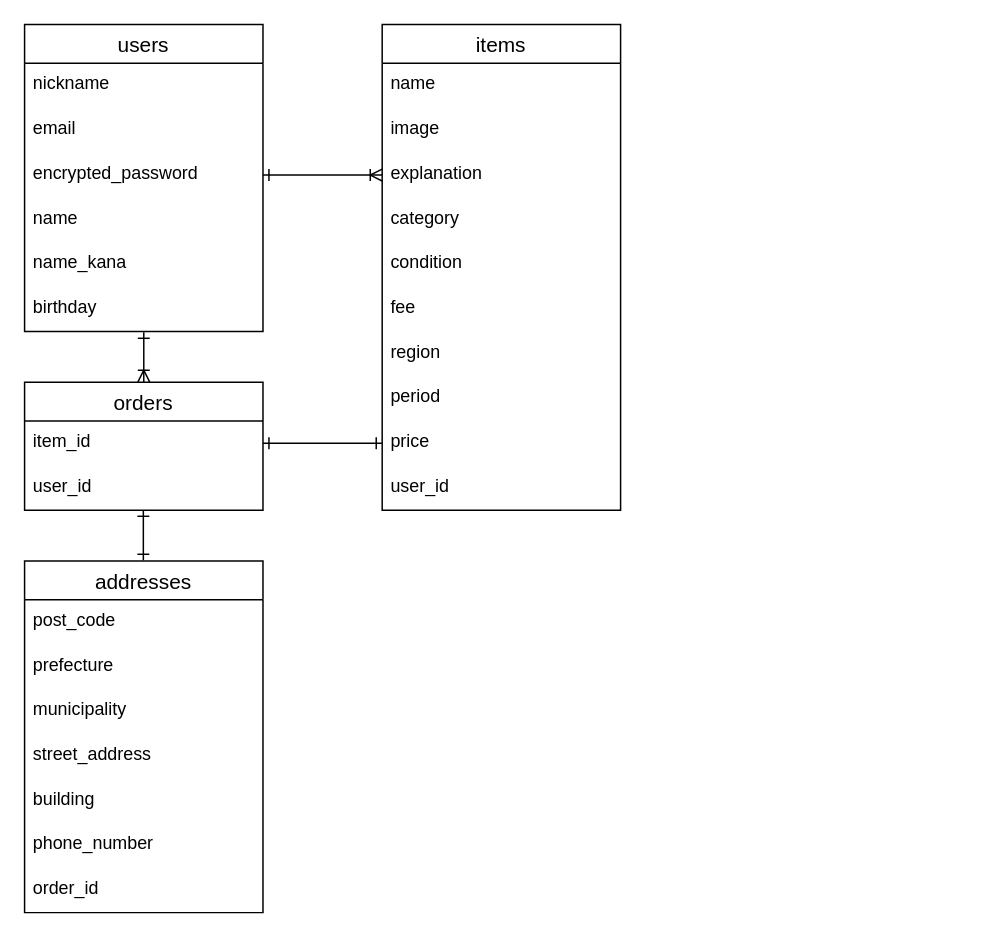
Above: erd.dio in kongo-28/furima-41529 (draw.io), before the change. Source tidied: cells renumbered, new cells numbered last; positions are measured from the earlier drawing's top-left corner, leaving out a move shared by most shapes. Both pictures are drawn from the tidied source at 149%, with x=0, y=0 at pixel (24, 24).
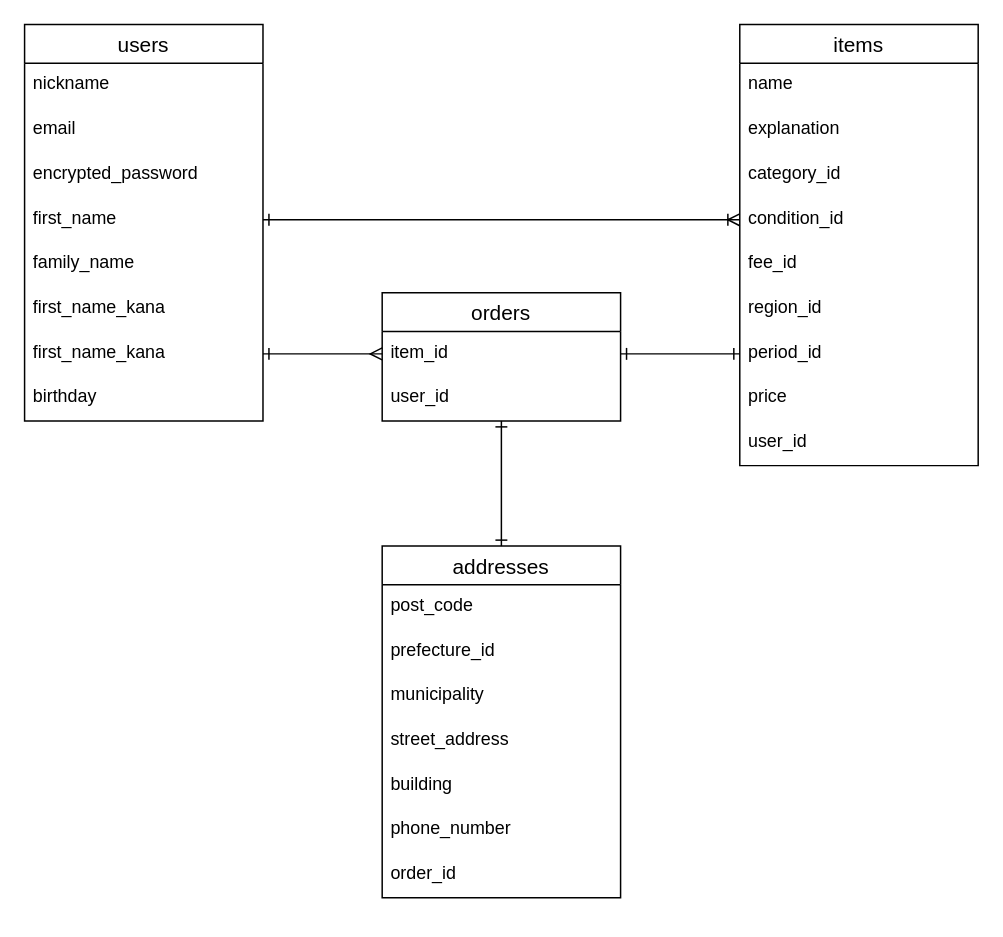
Above is the later version.

Commit message (it also covers changes not shown here):
DB設計再コミット

The change refers to these unchanged cells:
```xml
<mxCell id="5" value="encrypted_password" style="text;strokeColor=none;fillColor=none;spacingLeft=4;spacingRight=4;overflow=hidden;points=[[0,0.5],[1,0.5]];portConstraint=eastwest;fontSize=12;" parent="2" vertex="1">
  <mxGeometry y="86" width="160" height="30" as="geometry" />
</mxCell>
<mxCell id="22" value="item_id" style="text;strokeColor=none;fillColor=none;spacingLeft=4;spacingRight=4;overflow=hidden;points=[[0,0.5],[1,0.5]];portConstraint=eastwest;fontSize=12;" parent="21" vertex="1">
  <mxGeometry y="26" width="160" height="30" as="geometry" />
</mxCell>
```

What changed in the source:
```diff
@@
     <mxCell id="2" value="users" style="swimlane;fontStyle=0;horizontal=1;startSize=26;align=center;fontSize=14;" parent="1" vertex="1">
-      <mxGeometry width="160" height="206" as="geometry" />
+      <mxGeometry width="160" height="266" as="geometry" />
     </mxCell>
@@
-    <mxCell id="6" value="name" style="text;strokeColor=none;fillColor=none;spacingLeft=4;spacingRight=4;overflow=hidden;points=[[0,0.5],[1,0.5]];portConstraint=eastwest;fontSize=12;" parent="2" vertex="1">
+    <mxCell id="6" value="first_name" style="text;strokeColor=none;fillColor=none;spacingLeft=4;spacingRight=4;overflow=hidden;points=[[0,0.5],[1,0.5]];portConstraint=eastwest;fontSize=12;" parent="2" vertex="1">
       <mxGeometry y="116" width="160" height="30" as="geometry" />
     </mxCell>
+    <mxCell id="35" value="family_name" style="text;strokeColor=none;fillColor=none;spacingLeft=4;spacingRight=4;overflow=hidden;fontSize=12;" parent="2" vertex="1">
+      <mxGeometry y="146" width="160" height="30" as="geometry" />
+    </mxCell>
+    <mxCell id="36" value="first_name_kana" style="text;strokeColor=none;fillColor=none;spacingLeft=4;spacingRight=4;overflow=hidden;fontSize=12;" parent="2" vertex="1">
+      <mxGeometry y="176" width="160" height="30" as="geometry" />
+    </mxCell>
-    <mxCell id="7" value="name_kana" style="text;strokeColor=none;fillColor=none;spacingLeft=4;spacingRight=4;overflow=hidden;points=[[0,0.5],[1,0.5]];portConstraint=eastwest;fontSize=12;" parent="2" vertex="1">
-      <mxGeometry y="146" width="160" height="30" as="geometry" />
+    <mxCell id="7" value="first_name_kana" style="text;strokeColor=none;fillColor=none;spacingLeft=4;spacingRight=4;overflow=hidden;points=[[0,0.5],[1,0.5]];portConstraint=eastwest;fontSize=12;" parent="2" vertex="1">
+      <mxGeometry y="206" width="160" height="30" as="geometry" />
     </mxCell>
     <mxCell id="8" value="birthday" style="text;strokeColor=none;fillColor=none;spacingLeft=4;spacingRight=4;overflow=hidden;points=[[0,0.5],[1,0.5]];portConstraint=eastwest;fontSize=12;" parent="2" vertex="1">
-      <mxGeometry y="176" width="160" height="30" as="geometry" />
+      <mxGeometry y="236" width="160" height="30" as="geometry" />
     </mxCell>
     <mxCell id="9" value="items" style="swimlane;fontStyle=0;horizontal=1;startSize=26;align=center;fontSize=14;" parent="1" vertex="1">
-      <mxGeometry x="240" width="160" height="326" as="geometry" />
+      <mxGeometry x="480" width="160" height="296" as="geometry" />
     </mxCell>
@@
-    <mxCell id="11" value="image" style="text;strokeColor=none;fillColor=none;spacingLeft=4;spacingRight=4;overflow=hidden;fontSize=12;" parent="9" vertex="1">
-      <mxGeometry y="56" width="160" height="30" as="geometry" />
-    </mxCell>
     <mxCell id="12" value="explanation" style="text;strokeColor=none;fillColor=none;spacingLeft=4;spacingRight=4;overflow=hidden;points=[[0,0.5],[1,0.5]];portConstraint=eastwest;fontSize=12;" parent="9" vertex="1">
-      <mxGeometry y="86" width="160" height="30" as="geometry" />
+      <mxGeometry y="56" width="160" height="30" as="geometry" />
     </mxCell>
-    <mxCell id="13" value="category" style="text;strokeColor=none;fillColor=none;spacingLeft=4;spacingRight=4;overflow=hidden;fontSize=12;" parent="9" vertex="1">
-      <mxGeometry y="116" width="160" height="30" as="geometry" />
+    <mxCell id="13" value="category_id" style="text;strokeColor=none;fillColor=none;spacingLeft=4;spacingRight=4;overflow=hidden;fontSize=12;" parent="9" vertex="1">
+      <mxGeometry y="86" width="160" height="30" as="geometry" />
     </mxCell>
-    <mxCell id="14" value="condition" style="text;strokeColor=none;fillColor=none;spacingLeft=4;spacingRight=4;overflow=hidden;points=[[0,0.5],[1,0.5]];portConstraint=eastwest;fontSize=12;" parent="9" vertex="1">
-      <mxGeometry y="146" width="160" height="30" as="geometry" />
+    <mxCell id="14" value="condition_id" style="text;strokeColor=none;fillColor=none;spacingLeft=4;spacingRight=4;overflow=hidden;points=[[0,0.5],[1,0.5]];portConstraint=eastwest;fontSize=12;" parent="9" vertex="1">
+      <mxGeometry y="116" width="160" height="30" as="geometry" />
     </mxCell>
-    <mxCell id="15" value="fee" style="text;strokeColor=none;fillColor=none;spacingLeft=4;spacingRight=4;overflow=hidden;fontSize=12;" parent="9" vertex="1">
-      <mxGeometry y="176" width="160" height="30" as="geometry" />
+    <mxCell id="15" value="fee_id" style="text;strokeColor=none;fillColor=none;spacingLeft=4;spacingRight=4;overflow=hidden;fontSize=12;" parent="9" vertex="1">
+      <mxGeometry y="146" width="160" height="30" as="geometry" />
     </mxCell>
-    <mxCell id="16" value="region" style="text;strokeColor=none;fillColor=none;spacingLeft=4;spacingRight=4;overflow=hidden;fontSize=12;" parent="9" vertex="1">
-      <mxGeometry y="206" width="160" height="30" as="geometry" />
+    <mxCell id="16" value="region_id" style="text;strokeColor=none;fillColor=none;spacingLeft=4;spacingRight=4;overflow=hidden;fontSize=12;" parent="9" vertex="1">
+      <mxGeometry y="176" width="160" height="30" as="geometry" />
     </mxCell>
-    <mxCell id="17" value="period" style="text;strokeColor=none;fillColor=none;spacingLeft=4;spacingRight=4;overflow=hidden;points=[[0,0.5],[1,0.5]];portConstraint=eastwest;fontSize=12;" parent="9" vertex="1">
-      <mxGeometry y="236" width="160" height="30" as="geometry" />
+    <mxCell id="17" value="period_id" style="text;strokeColor=none;fillColor=none;spacingLeft=4;spacingRight=4;overflow=hidden;points=[[0,0.5],[1,0.5]];portConstraint=eastwest;fontSize=12;" parent="9" vertex="1">
+      <mxGeometry y="206" width="160" height="30" as="geometry" />
     </mxCell>
     <mxCell id="18" value="price" style="text;strokeColor=none;fillColor=none;spacingLeft=4;spacingRight=4;overflow=hidden;points=[[0,0.5],[1,0.5]];portConstraint=eastwest;fontSize=12;" parent="9" vertex="1">
-      <mxGeometry y="266" width="160" height="30" as="geometry" />
+      <mxGeometry y="236" width="160" height="30" as="geometry" />
     </mxCell>
     <mxCell id="19" value="user_id" style="text;strokeColor=none;fillColor=none;spacingLeft=4;spacingRight=4;overflow=hidden;fontSize=12;" parent="9" vertex="1">
-      <mxGeometry y="296" width="160" height="30" as="geometry" />
+      <mxGeometry y="266" width="160" height="30" as="geometry" />
     </mxCell>
-    <mxCell id="20" style="edgeStyle=none;html=1;exitX=1;exitY=0.5;exitDx=0;exitDy=0;entryX=0;entryY=0.5;entryDx=0;entryDy=0;startArrow=ERone;startFill=0;endArrow=ERoneToMany;endFill=0;" parent="1" edge="1" source="5" target="12">
+    <mxCell id="20" style="edgeStyle=none;html=1;exitX=1;exitY=0.5;exitDx=0;exitDy=0;entryX=0;entryY=0.5;entryDx=0;entryDy=0;startArrow=ERone;startFill=0;endArrow=ERoneToMany;endFill=0;" parent="1" edge="1" source="6" target="14">
       <mxGeometry relative="1" as="geometry" />
     </mxCell>
     <mxCell id="21" value="orders" style="swimlane;fontStyle=0;horizontal=1;startSize=26;align=center;fontSize=14;" parent="1" vertex="1">
-      <mxGeometry y="240" width="160" height="86" as="geometry" />
+      <mxGeometry x="240" y="180" width="160" height="86" as="geometry" />
     </mxCell>
@@
     <mxCell id="24" value="addresses" style="swimlane;fontStyle=0;horizontal=1;startSize=26;align=center;fontSize=14;" parent="1" vertex="1">
-      <mxGeometry y="360" width="160" height="236" as="geometry" />
+      <mxGeometry x="240" y="350" width="160" height="236" as="geometry" />
     </mxCell>
@@
-    <mxCell id="26" value="prefecture" style="text;strokeColor=none;fillColor=none;spacingLeft=4;spacingRight=4;overflow=hidden;fontSize=12;" parent="24" vertex="1">
+    <mxCell id="26" value="prefecture_id" style="text;strokeColor=none;fillColor=none;spacingLeft=4;spacingRight=4;overflow=hidden;fontSize=12;" parent="24" vertex="1">
       <mxGeometry y="56" width="160" height="30" as="geometry" />
     </mxCell>
@@
-    <mxCell id="32" style="edgeStyle=none;html=1;entryX=0.5;entryY=0;entryDx=0;entryDy=0;startArrow=ERone;startFill=0;endArrow=ERoneToMany;endFill=0;exitX=0.5;exitY=1.018;exitDx=0;exitDy=0;exitPerimeter=0;" parent="1" edge="1" source="8" target="21">
+    <mxCell id="32" style="edgeStyle=none;html=1;startArrow=ERmany;startFill=0;endArrow=ERone;endFill=0;exitX=0;exitY=0.5;exitDx=0;exitDy=0;entryX=1;entryY=0.5;entryDx=0;entryDy=0;" parent="1" edge="1" source="22" target="7">
       <mxGeometry relative="1" as="geometry" />
     </mxCell>
-    <mxCell id="33" style="edgeStyle=none;html=1;entryX=0.5;entryY=0;entryDx=0;entryDy=0;startArrow=ERone;startFill=0;endArrow=ERone;endFill=0;exitX=0.5;exitY=1.018;exitDx=0;exitDy=0;exitPerimeter=0;" parent="1" edge="1">
-      <mxGeometry relative="1" as="geometry">
-        <mxPoint x="79.7" y="326" as="sourcePoint" />
-        <mxPoint x="79.7" y="359.5" as="targetPoint" />
-      </mxGeometry>
-    </mxCell>
-    <mxCell id="34" style="edgeStyle=none;html=1;startArrow=ERone;startFill=0;endArrow=ERone;endFill=0;exitX=0;exitY=0.5;exitDx=0;exitDy=0;entryX=1;entryY=0.5;entryDx=0;entryDy=0;" parent="1" edge="1" source="18" target="22">
-      <mxGeometry relative="1" as="geometry" />
-    </mxCell>
+    <mxCell id="37" style="edgeStyle=none;html=1;entryX=0.5;entryY=0;entryDx=0;entryDy=0;endArrow=ERone;endFill=0;startArrow=ERone;startFill=0;exitX=0.5;exitY=1;exitDx=0;exitDy=0;" parent="1" edge="1" source="21" target="24">
+      <mxGeometry relative="1" as="geometry" />
+    </mxCell>
+    <mxCell id="38" style="edgeStyle=none;html=1;exitX=1;exitY=0.5;exitDx=0;exitDy=0;entryX=0;entryY=0.5;entryDx=0;entryDy=0;startArrow=ERone;startFill=0;endArrow=ERone;endFill=0;" parent="1" edge="1" source="22" target="17">
+      <mxGeometry relative="1" as="geometry" />
+    </mxCell>
```
